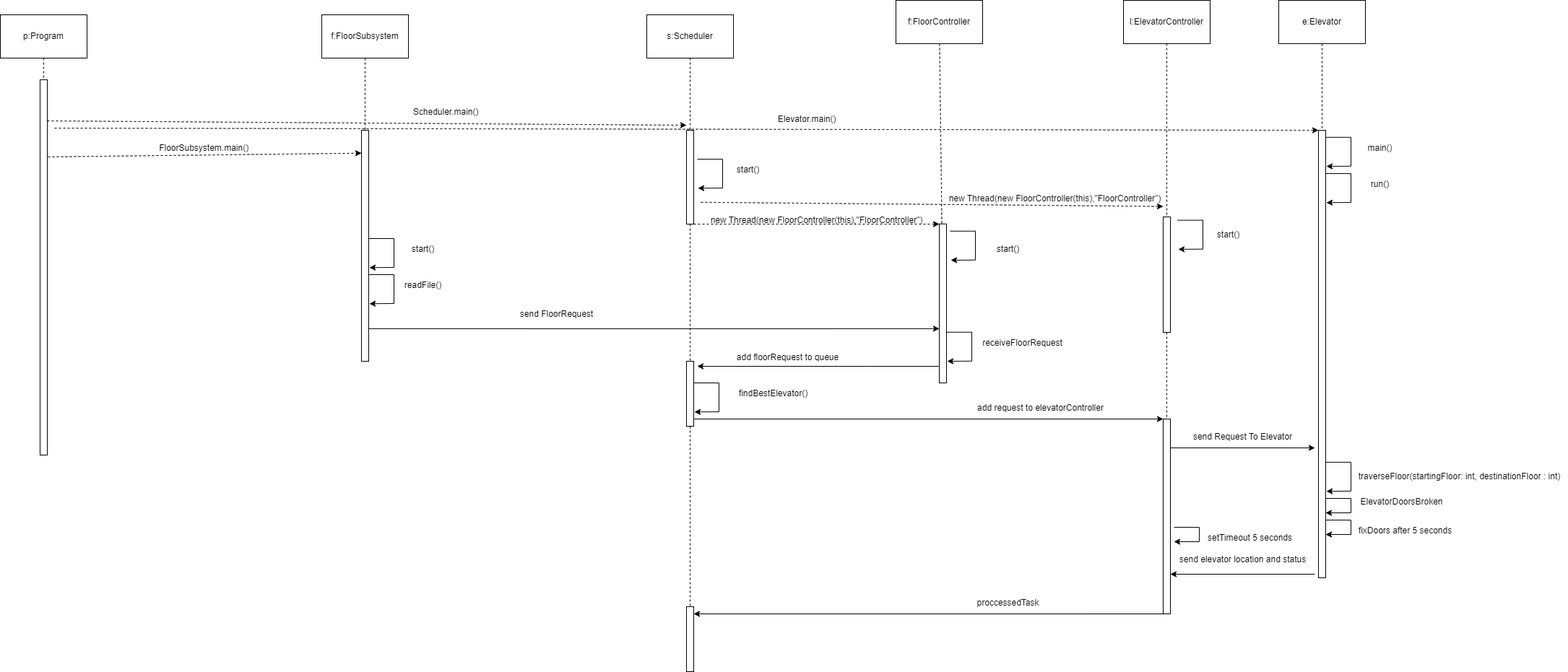
Above: diagrams/iteration5/SequenceElevatorDoorFault.png in bigTempArray/sysc3303-project (draw.io), before the change. Source tidied: cells renumbered, new cells last; positions are measured from the earlier drawing's top-left corner, leaving out a move shared by most shapes.
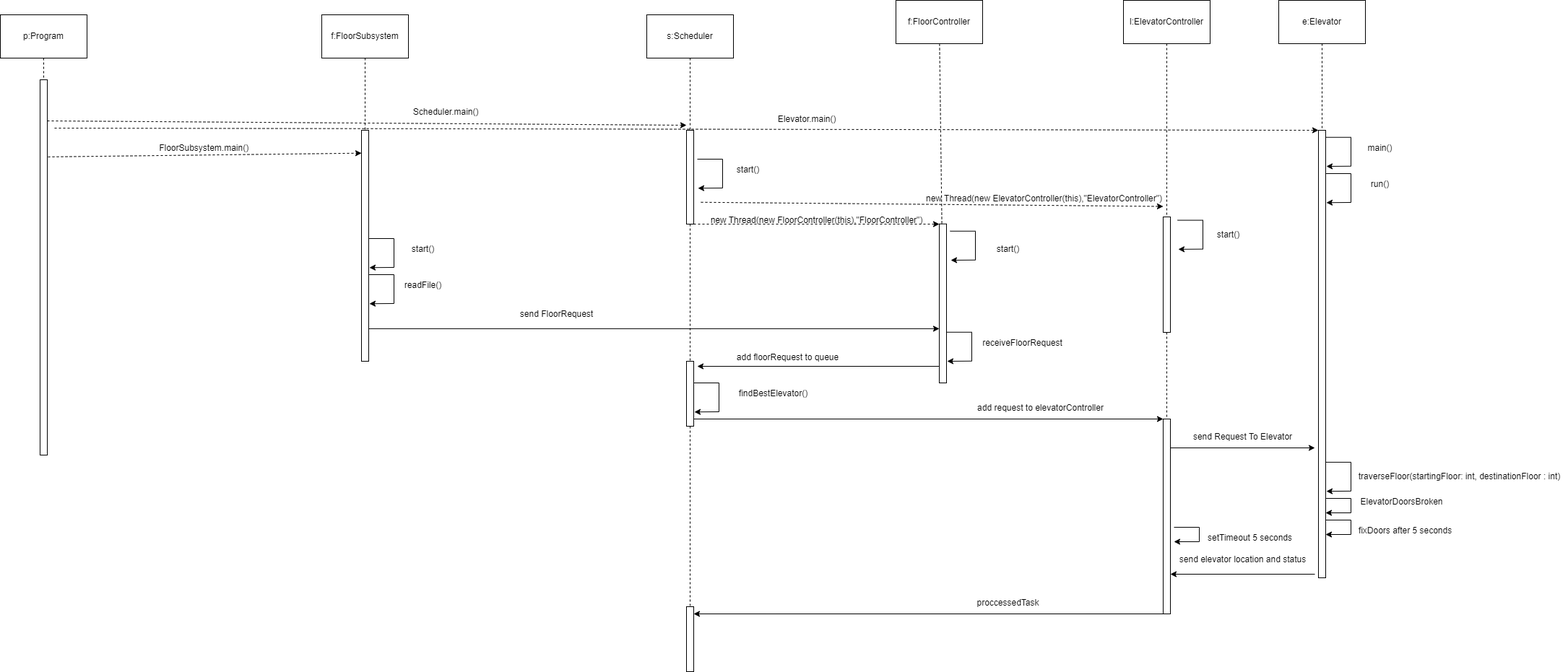
After the commit.

Diff of the diagram source:
```diff
@@ -247,9 +247,6 @@
         <mxPoint x="1610" y="285.5" as="targetPoint" />
       </mxGeometry>
     </mxCell>
-    <mxCell id="53" value="new Thread(new FloorController(this),&quot;FloorController&quot;)" style="text;html=1;align=center;verticalAlign=middle;strokeColor=none;fillColor=none;" parent="1" vertex="1">
-      <mxGeometry x="1300" y="260" width="320" height="30" as="geometry" />
-    </mxCell>
     <mxCell id="54" style="edgeStyle=orthogonalEdgeStyle;rounded=0;jettySize=auto;html=1;exitX=0.75;exitY=1;exitDx=0;exitDy=0;entryX=0;entryY=0;entryDx=0;entryDy=0;" parent="1" edge="1" source="56" target="62">
       <mxGeometry relative="1" as="geometry">
         <Array as="points">
@@ -353,5 +350,8 @@
     <mxCell id="73" value="proccessedTask" style="text;html=1;align=center;verticalAlign=middle;strokeColor=none;fillColor=none;" parent="1" vertex="1">
       <mxGeometry x="1340" y="820" width="110" height="30" as="geometry" />
     </mxCell>
+    <mxCell id="74" value="new Thread(new ElevatorController(this),&quot;ElevatorController&quot;)" style="text;html=1;align=center;verticalAlign=middle;strokeColor=none;fillColor=none;" parent="1" vertex="1">
+      <mxGeometry x="1270" y="260" width="350" height="30" as="geometry" />
+    </mxCell>
   </root>
 </mxGraphModel>
```
